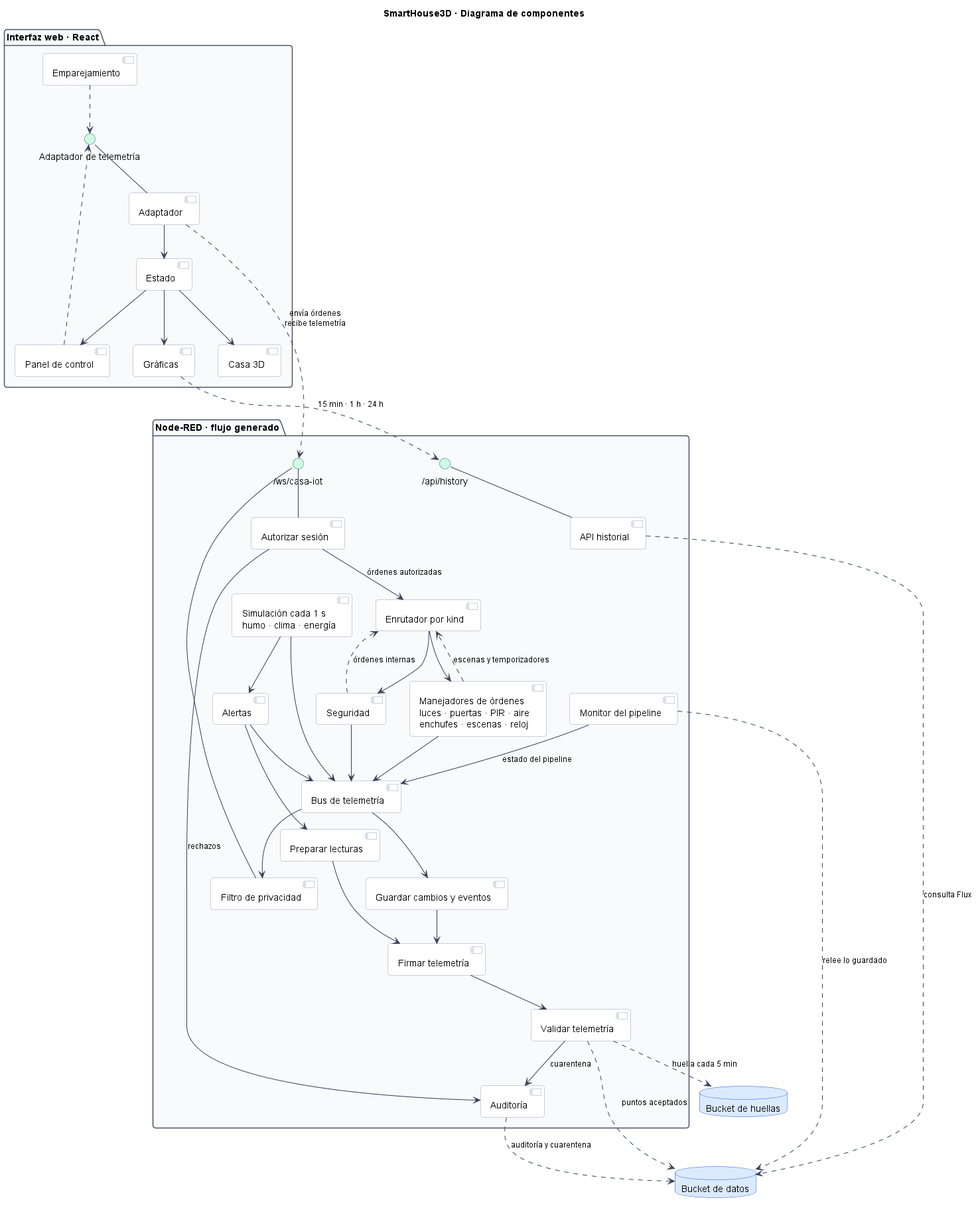
This is docs/diagramas/png/componentes.png from WilderG2004/SmartHouse3D, a PlantUML export, as it was before one commit.
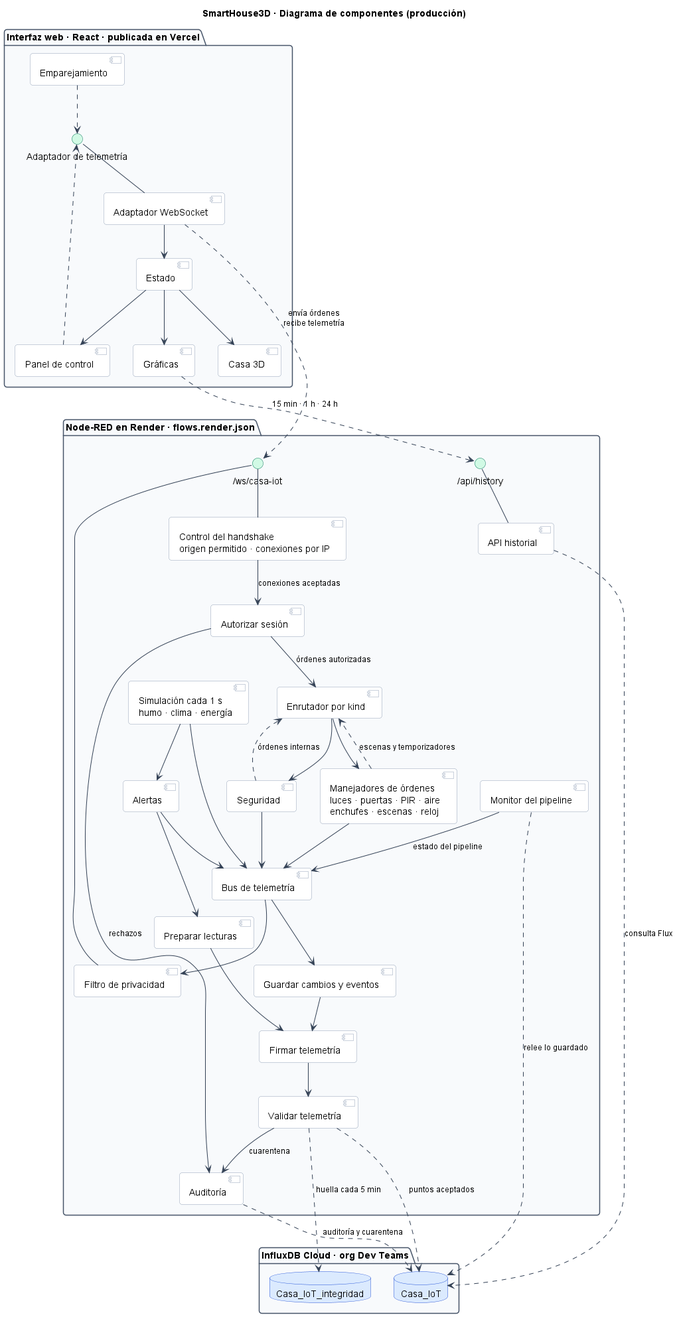
Above is the later version.

Commit message:
Clases y componentes: alineados con produccion

Change to the diagram source:
```diff
@@ -1,5 +1,5 @@
 @startuml componentes
-title SmartHouse3D · Diagrama de componentes
+title SmartHouse3D · Diagrama de componentes (producción)
 
 skinparam backgroundColor White
 skinparam shadowing false
@@ -28,13 +28,13 @@
   BorderColor #1D4ED8
 }
 
-package "Interfaz web · React" {
+package "Interfaz web · React · publicada en Vercel" {
   component "Panel de control" as panel
   component "Gráficas" as graficas
   component "Casa 3D" as casa
   component "Emparejamiento" as empareja
   component "Estado" as estado
-  component "Adaptador" as adaptador
+  component "Adaptador WebSocket" as adaptador
   interface "Adaptador de telemetría" as ITel
 
   adaptador -up- ITel
@@ -46,7 +46,8 @@
   estado --> casa
 }
 
-package "Node-RED · flujo generado" {
+package "Node-RED en Render · flows.render.json" {
+  component "Control del handshake\norigen permitido · conexiones por IP" as handshake
   component "Autorizar sesión" as auth
   component "Enrutador por kind" as router
   component "Manejadores de órdenes\nluces · puertas · PIR · aire\nenchufes · escenas · reloj" as handlers
@@ -65,10 +66,11 @@
   interface "/ws/casa-iot" as IWs
   interface "/api/history" as IHist
 
-  auth -up- IWs
+  handshake -up- IWs
   filtro -up- IWs
   api -up- IHist
 
+  handshake --> auth : "conexiones aceptadas"
   auth --> router : "órdenes autorizadas"
   auth --> audit : "rechazos"
   router --> handlers
@@ -90,8 +92,10 @@
   monitor --> bus : "estado del pipeline"
 }
 
-database "Bucket de datos" as bdatos
-database "Bucket de huellas" as bhuellas
+package "InfluxDB Cloud · org Dev Teams" {
+  database "Casa_IoT" as bdatos
+  database "Casa_IoT_integridad" as bhuellas
+}
 
 adaptador ..> IWs : "envía órdenes\nrecibe telemetría"
 graficas ..> IHist : "15 min · 1 h · 24 h"
```
